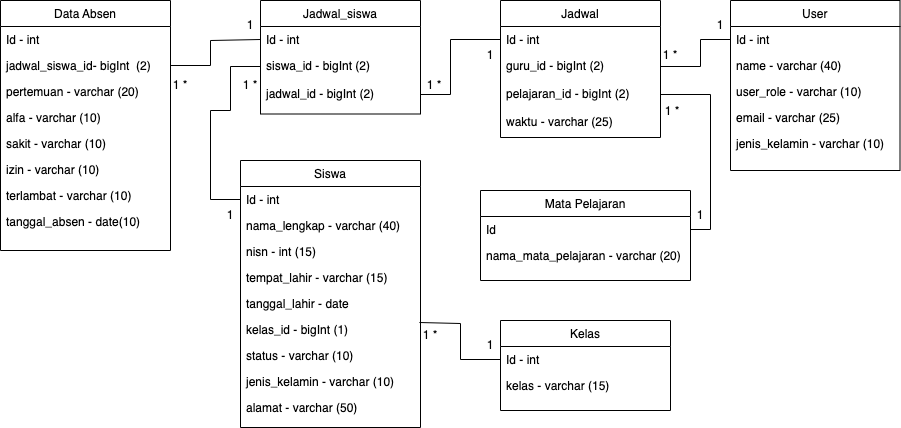
Above: Untitled Diagram.drawio.png in danangsptro/SI_ABSEN (draw.io), before the change. Source tidied: cells renumbered, new cells last; positions are measured from the earlier drawing's top-left corner, leaving out a move shared by most shapes.
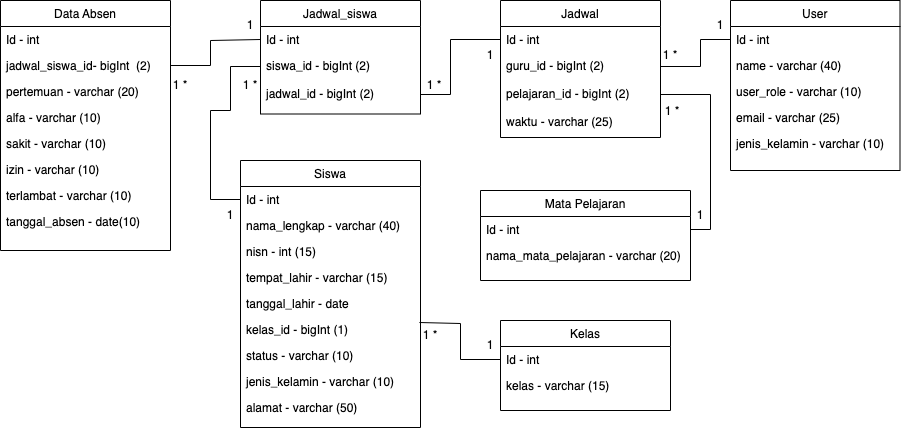
The same file after the commit.

Diff of the diagram source:
```diff
@@ -62,7 +62,7 @@
     <mxCell id="21" value="Mata Pelajaran" style="swimlane;fontStyle=0;align=center;verticalAlign=top;horizontal=1;startSize=26;rounded=0;shadow=0;strokeWidth=1;" parent="1" vertex="1">
       <mxGeometry x="480" y="190" width="210" height="90" as="geometry" />
     </mxCell>
-    <mxCell id="22" value="Id" style="text;align=left;verticalAlign=top;spacingLeft=4;spacingRight=4;overflow=hidden;points=[[0,0.5],[1,0.5]];portConstraint=eastwest;" parent="21" vertex="1">
+    <mxCell id="22" value="Id - int" style="text;align=left;verticalAlign=top;spacingLeft=4;spacingRight=4;overflow=hidden;points=[[0,0.5],[1,0.5]];portConstraint=eastwest;" parent="21" vertex="1">
       <mxGeometry y="26" width="210" height="26" as="geometry" />
     </mxCell>
     <mxCell id="23" value="nama_mata_pelajaran - varchar (20)" style="text;align=left;verticalAlign=top;spacingLeft=4;spacingRight=4;overflow=hidden;rounded=0;shadow=0;html=0;" parent="21" vertex="1">
```
